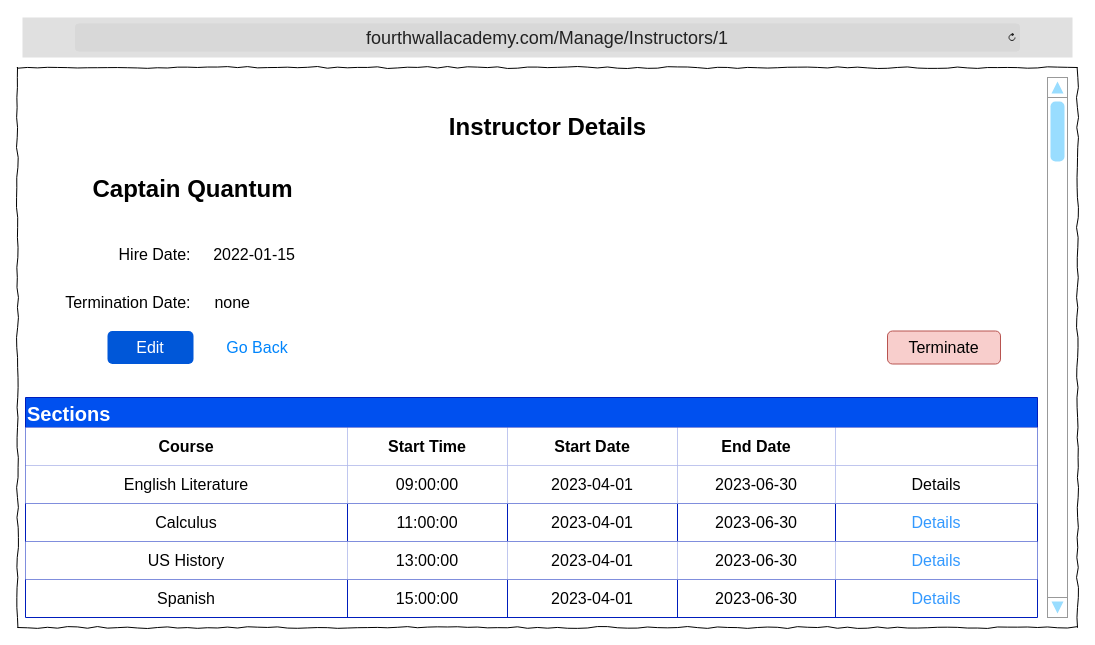
The draw.io diagram DesignDocument/Wireframes/4hWallAcademy_Instructors_Details.drawio in TRed91/4thWallAcademy, before the edit. Source tidied: cells renumbered, new cells numbered last; positions are measured from the earlier drawing's top-left corner, leaving out a move shared by most shapes. Both pictures are drawn from the tidied source at 100%, with x=0, y=0 at pixel (17, 17).
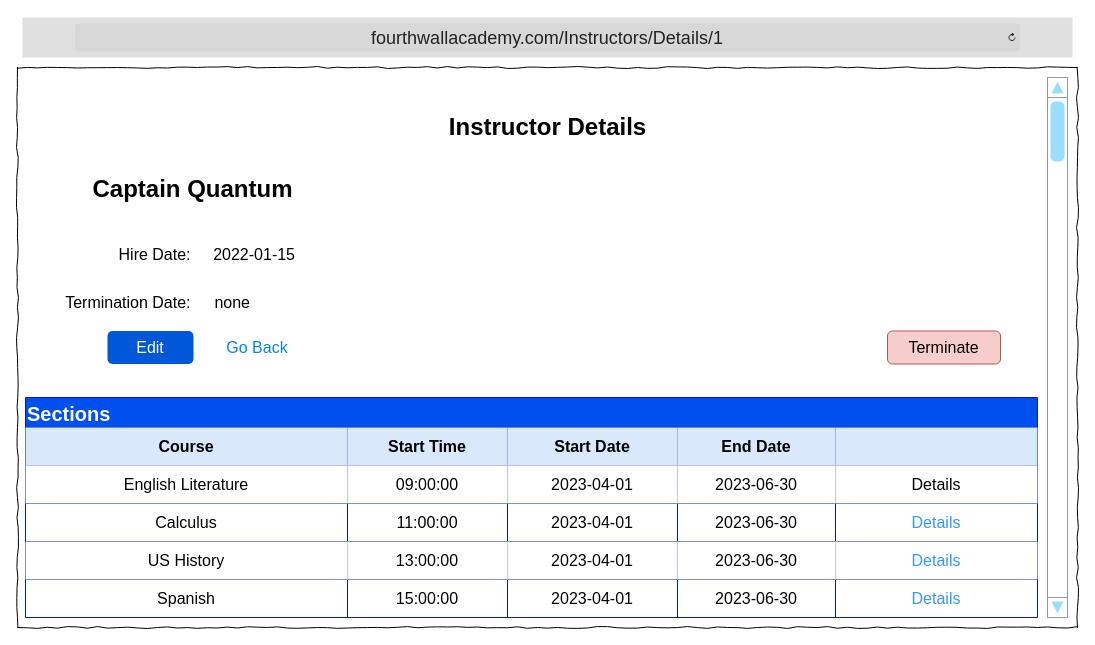
After the change.

Unchanged cells that the change refers to:
```xml
<mxCell id="14" style="shape=tableRow;horizontal=0;startSize=0;swimlaneHead=0;swimlaneBody=0;strokeColor=inherit;top=0;left=0;bottom=0;right=0;fillColor=none;fontSize=16;" parent="13" vertex="1">
  <mxGeometry y="30" width="1012" height="38" as="geometry" />
</mxCell>
```

Diff of the diagram source:
```diff
@@
-    <mxCell id="3" value="&lt;font style=&quot;font-size: 18px;&quot;&gt;fourthwallacademy.com/Manage/Instructors/1&lt;/font&gt;" style="html=1;strokeWidth=1;shadow=0;dashed=0;shape=mxgraph.ios7ui.url;fillColor=#e0e0e0;strokeColor=#c0c0c0;buttonText=;strokeColor2=#222222;fontColor=#222222;fontSize=8;spacingTop=2;align=center;whiteSpace=wrap;" parent="1" vertex="1">
+    <mxCell id="3" value="&lt;font style=&quot;font-size: 18px;&quot;&gt;fourthwallacademy.com/Instructors/Details/1&lt;/font&gt;" style="html=1;strokeWidth=1;shadow=0;dashed=0;shape=mxgraph.ios7ui.url;fillColor=#e0e0e0;strokeColor=#c0c0c0;buttonText=;strokeColor2=#222222;fontColor=#222222;fontSize=8;spacingTop=2;align=center;whiteSpace=wrap;" parent="1" vertex="1">
       <mxGeometry x="5" width="1050" height="40" as="geometry" />
     </mxCell>
@@
-    <mxCell id="15" value="Course" style="shape=partialRectangle;html=1;whiteSpace=wrap;overflow=hidden;top=0;left=0;bottom=0;right=0;fontSize=16;fontStyle=1;" parent="14" vertex="1">
+    <mxCell id="15" value="Course" style="shape=partialRectangle;html=1;whiteSpace=wrap;overflow=hidden;top=0;left=0;bottom=0;right=0;fontSize=16;fontStyle=1;fillColor=#dae8fc;strokeColor=#6c8ebf;" parent="14" vertex="1">
       <mxGeometry width="322" height="38" as="geometry" />
     </mxCell>
-    <mxCell id="16" value="Start Time" style="shape=partialRectangle;html=1;whiteSpace=wrap;overflow=hidden;top=0;left=0;bottom=0;right=0;fontSize=16;fontStyle=1;" parent="14" vertex="1">
+    <mxCell id="16" value="Start Time" style="shape=partialRectangle;html=1;whiteSpace=wrap;overflow=hidden;top=0;left=0;bottom=0;right=0;fontSize=16;fontStyle=1;fillColor=#dae8fc;strokeColor=#6c8ebf;" parent="14" vertex="1">
       <mxGeometry x="322" width="160" height="38" as="geometry" />
     </mxCell>
-    <mxCell id="17" value="Start Date" style="shape=partialRectangle;html=1;whiteSpace=wrap;overflow=hidden;top=0;left=0;bottom=0;right=0;fontSize=16;fontStyle=1;" parent="14" vertex="1">
+    <mxCell id="17" value="Start Date" style="shape=partialRectangle;html=1;whiteSpace=wrap;overflow=hidden;top=0;left=0;bottom=0;right=0;fontSize=16;fontStyle=1;fillColor=#dae8fc;strokeColor=#6c8ebf;" parent="14" vertex="1">
       <mxGeometry x="482" width="170" height="38" as="geometry" />
     </mxCell>
-    <mxCell id="18" value="End Date" style="shape=partialRectangle;html=1;whiteSpace=wrap;overflow=hidden;top=0;left=0;bottom=0;right=0;fontSize=16;fontStyle=1;" parent="14" vertex="1">
+    <mxCell id="18" value="End Date" style="shape=partialRectangle;html=1;whiteSpace=wrap;overflow=hidden;top=0;left=0;bottom=0;right=0;fontSize=16;fontStyle=1;fillColor=#dae8fc;strokeColor=#6c8ebf;" parent="14" vertex="1">
       <mxGeometry x="652" width="158" height="38" as="geometry" />
     </mxCell>
-    <mxCell id="19" style="shape=partialRectangle;html=1;whiteSpace=wrap;overflow=hidden;top=0;left=0;bottom=0;right=0;fontSize=16;fontStyle=1;" parent="14" vertex="1">
+    <mxCell id="19" style="shape=partialRectangle;html=1;whiteSpace=wrap;overflow=hidden;top=0;left=0;bottom=0;right=0;fontSize=16;fontStyle=1;fillColor=#dae8fc;strokeColor=#6c8ebf;" parent="14" vertex="1">
       <mxGeometry x="810" width="202" height="38" as="geometry" />
     </mxCell>
```
